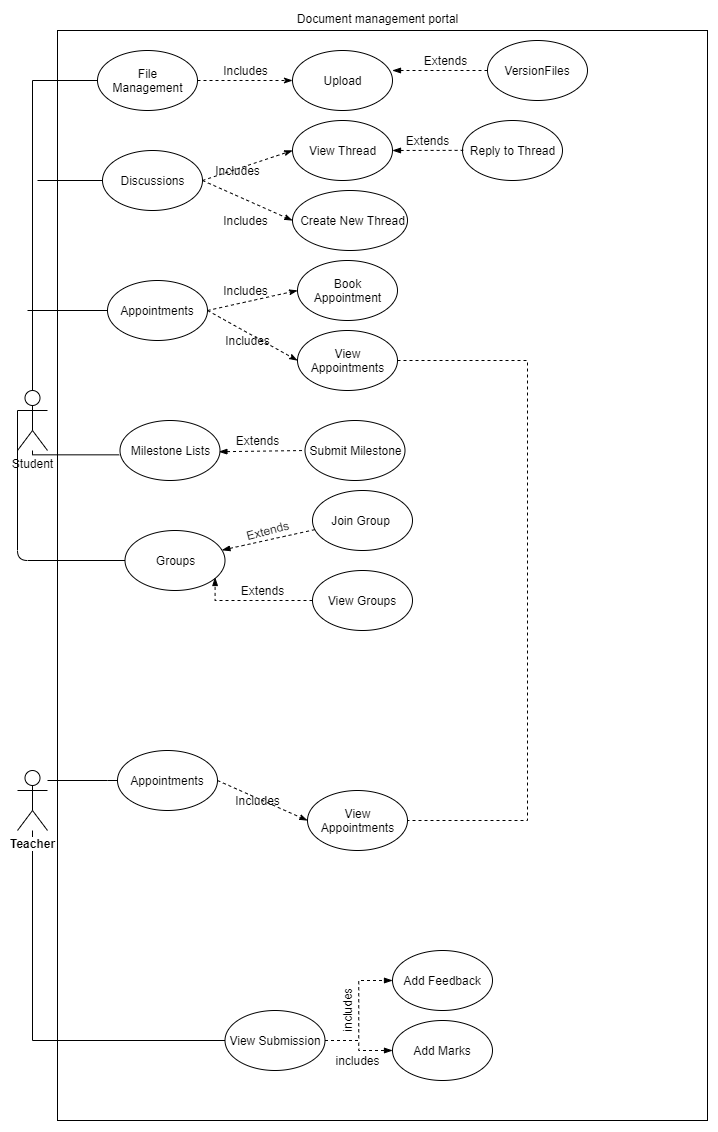
Above: Diagrams/Use Case Diagram.png in moosahassanx/SENG2050-Assignment3 (draw.io), before the change. Source tidied: cells renumbered, new cells last; positions are measured from the earlier drawing's top-left corner, leaving out a move shared by most shapes. Its diagram source:
```xml
<mxGraphModel>
  <root>
    <mxCell id="0" />
    <mxCell id="1" parent="0" />
    <mxCell id="2" style="whiteSpace=wrap;html=1;" parent="1" vertex="1">
      <mxGeometry x="40" y="20" width="650" height="1090" as="geometry" />
    </mxCell>
    <mxCell id="3" style="edgeStyle=orthogonalEdgeStyle;rounded=0;jettySize=auto;html=1;startArrow=none;startFill=0;endArrow=none;endFill=0;" parent="1" edge="1" source="5" target="10">
      <mxGeometry relative="1" as="geometry">
        <Array as="points">
          <mxPoint x="15" y="70" />
          <mxPoint x="130" y="70" />
        </Array>
      </mxGeometry>
    </mxCell>
    <mxCell id="4" style="edgeStyle=orthogonalEdgeStyle;rounded=0;jettySize=auto;html=1;entryX=-0.008;entryY=0.717;entryDx=0;entryDy=0;entryPerimeter=0;startArrow=none;startFill=0;endArrow=none;endFill=0;" parent="1" edge="1" source="5" target="12">
      <mxGeometry relative="1" as="geometry">
        <Array as="points">
          <mxPoint x="15" y="444" />
        </Array>
      </mxGeometry>
    </mxCell>
    <mxCell id="5" value="Student" style="shape=umlActor;verticalLabelPosition=bottom;labelBackgroundColor=#ffffff;verticalAlign=top;html=1;outlineConnect=0;" parent="1" vertex="1">
      <mxGeometry y="380" width="30" height="60" as="geometry" />
    </mxCell>
    <mxCell id="6" style="edgeStyle=orthogonalEdgeStyle;rounded=0;jettySize=auto;html=1;entryX=0;entryY=0.5;entryDx=0;entryDy=0;startArrow=none;startFill=0;endArrow=none;endFill=0;" parent="1" edge="1" source="8" target="13">
      <mxGeometry relative="1" as="geometry">
        <Array as="points">
          <mxPoint x="90" y="770" />
          <mxPoint x="90" y="770" />
        </Array>
      </mxGeometry>
    </mxCell>
    <mxCell id="7" style="edgeStyle=orthogonalEdgeStyle;rounded=0;jettySize=auto;html=1;endArrow=none;endFill=0;" parent="1" edge="1" source="8" target="62">
      <mxGeometry relative="1" as="geometry">
        <Array as="points">
          <mxPoint x="15" y="1030" />
        </Array>
      </mxGeometry>
    </mxCell>
    <mxCell id="8" value="Teacher" style="shape=umlActor;verticalLabelPosition=bottom;labelBackgroundColor=#ffffff;verticalAlign=top;html=1;outlineConnect=0;fontStyle=1;" parent="1" vertex="1">
      <mxGeometry y="760" width="30" height="60" as="geometry" />
    </mxCell>
    <mxCell id="9" style="ellipse;whiteSpace=wrap;html=1;" parent="1" vertex="1">
      <mxGeometry x="80" y="40" width="100" height="60" as="geometry" />
    </mxCell>
    <mxCell id="10" value="&lt;div&gt;File&lt;/div&gt;&lt;div&gt;Management&lt;br&gt;&lt;/div&gt;" style="text;html=1;align=center;verticalAlign=middle;points=[];" parent="1" vertex="1">
      <mxGeometry x="85" y="55" width="90" height="30" as="geometry" />
    </mxCell>
    <mxCell id="11" style="ellipse;whiteSpace=wrap;html=1;" parent="1" vertex="1">
      <mxGeometry x="102.5" y="410" width="100" height="60" as="geometry" />
    </mxCell>
    <mxCell id="12" value="Milestone Lists" style="text;html=1;align=center;verticalAlign=middle;points=[];" parent="1" vertex="1">
      <mxGeometry x="102.5" y="430" width="100" height="20" as="geometry" />
    </mxCell>
    <mxCell id="13" value="Appointments" style="ellipse;whiteSpace=wrap;html=1;" parent="1" vertex="1">
      <mxGeometry x="100" y="740" width="100" height="60" as="geometry" />
    </mxCell>
    <mxCell id="14" value="Includes" style="text;html=1;align=center;verticalAlign=middle;rotation=0;" parent="1" vertex="1">
      <mxGeometry x="197.5" y="50" width="60" height="20" as="geometry" />
    </mxCell>
    <mxCell id="15" style="edgeStyle=orthogonalEdgeStyle;rounded=0;jettySize=auto;html=1;endArrow=none;endFill=0;" parent="1" edge="1" source="16">
      <mxGeometry relative="1" as="geometry">
        <mxPoint x="10" y="300" as="targetPoint" />
      </mxGeometry>
    </mxCell>
    <mxCell id="16" value="Appointments" style="ellipse;whiteSpace=wrap;html=1;" parent="1" vertex="1">
      <mxGeometry x="90" y="270" width="100" height="60" as="geometry" />
    </mxCell>
    <mxCell id="17" style="edgeStyle=orthogonalEdgeStyle;rounded=0;jettySize=auto;html=1;endArrow=none;endFill=0;" parent="1" edge="1" source="18">
      <mxGeometry relative="1" as="geometry">
        <mxPoint x="20" y="170" as="targetPoint" />
      </mxGeometry>
    </mxCell>
    <mxCell id="18" style="ellipse;whiteSpace=wrap;html=1;" parent="1" vertex="1">
      <mxGeometry x="85" y="140" width="100" height="60" as="geometry" />
    </mxCell>
    <mxCell id="19" value="Discussions" style="text;html=1;align=center;verticalAlign=middle;" parent="1" vertex="1">
      <mxGeometry x="90" y="160" width="90" height="20" as="geometry" />
    </mxCell>
    <mxCell id="20" value="&lt;div&gt;Document management portal&lt;/div&gt;&lt;div&gt;&lt;br&gt;&lt;/div&gt;" style="text;html=1;align=center;verticalAlign=middle;" parent="1" vertex="1">
      <mxGeometry x="270" width="180" height="30" as="geometry" />
    </mxCell>
    <mxCell id="21" style="endArrow=classicThin;html=1;dashed=1;startArrow=none;startFill=0;endFill=1;exitX=1;exitY=0.5;exitDx=0;exitDy=0;entryX=0;entryY=0.5;entryDx=0;entryDy=0;" parent="1" edge="1" source="9" target="22">
      <mxGeometry relative="1" as="geometry" />
    </mxCell>
    <mxCell id="22" style="ellipse;whiteSpace=wrap;html=1;" parent="1" vertex="1">
      <mxGeometry x="275" y="40" width="100" height="60" as="geometry" />
    </mxCell>
    <mxCell id="23" value="Upload" style="text;html=1;align=center;verticalAlign=middle;" parent="1" vertex="1">
      <mxGeometry x="295" y="60" width="60" height="20" as="geometry" />
    </mxCell>
    <mxCell id="24" style="edgeStyle=orthogonalEdgeStyle;rounded=0;jettySize=auto;html=1;entryX=1;entryY=0.5;entryDx=0;entryDy=0;endArrow=none;endFill=0;dashed=1;" parent="1" edge="1" source="25" target="55">
      <mxGeometry relative="1" as="geometry">
        <Array as="points">
          <mxPoint x="510" y="350" />
          <mxPoint x="510" y="810" />
        </Array>
      </mxGeometry>
    </mxCell>
    <mxCell id="25" style="ellipse;whiteSpace=wrap;html=1;" parent="1" vertex="1">
      <mxGeometry x="280" y="320" width="100" height="60" as="geometry" />
    </mxCell>
    <mxCell id="26" value="View&lt;br&gt;Appointments&lt;span style=&quot;color: rgba(0 , 0 , 0 , 0) ; font-family: monospace ; font-size: 0px&quot;&gt;%3CmxGraphModel%3E%3Croot%3E%3CmxCell%20id%3D%220%22%2F%3E%3CmxCell%20id%3D%221%22%20parent%3D%220%22%2F%3E%3CmxCell%20id%3D%222%22%20value%3D%22Includes%22%20style%3D%22text%3Bhtml%3D1%3Balign%3Dcenter%3BverticalAlign%3Dmiddle%3Bresizable%3D0%3Bpoints%3D%5B%5D%3Bautosize%3D1%3Brotation%3D0%3B%22%20vertex%3D%221%22%20parent%3D%221%22%3E%3CmxGeometry%20x%3D%22235%22%20y%3D%22240%22%20width%3D%2260%22%20height%3D%2220%22%20as%3D%22geometry%22%2F%3E%3C%2FmxCell%3E%3CmxCell%20id%3D%223%22%20value%3D%22%22%20style%3D%22endArrow%3DclassicThin%3Bhtml%3D1%3Bdashed%3D1%3BstartArrow%3Dnone%3BstartFill%3D0%3BendFill%3D1%3BexitX%3D1%3BexitY%3D0.5%3BexitDx%3D0%3BexitDy%3D0%3BentryX%3D0%3BentryY%3D0.5%3BentryDx%3D0%3BentryDy%3D0%3B%22%20edge%3D%221%22%20parent%3D%221%22%3E%3CmxGeometry%20width%3D%2250%22%20height%3D%2250%22%20relative%3D%221%22%20as%3D%22geometry%22%3E%3CmxPoint%20x%3D%22220%22%20y%3D%22230%22%20as%3D%22sourcePoint%22%2F%3E%3CmxPoint%20x%3D%22314.999999999995%22%20y%3D%22230%22%20as%3D%22targetPoint%22%2F%3E%3C%2FmxGeometry%3E%3C%2FmxCell%3E%3C%2Froot%3E%3C%2FmxGraphModel%3E&lt;/span&gt;" style="text;html=1;align=center;verticalAlign=middle;" parent="1" vertex="1">
      <mxGeometry x="285" y="330" width="90" height="40" as="geometry" />
    </mxCell>
    <mxCell id="27" style="ellipse;whiteSpace=wrap;html=1;" parent="1" vertex="1">
      <mxGeometry x="275" y="180" width="115" height="60" as="geometry" />
    </mxCell>
    <mxCell id="28" value="Create New Thread" style="text;html=1;align=center;verticalAlign=middle;" parent="1" vertex="1">
      <mxGeometry x="275" y="200" width="120" height="20" as="geometry" />
    </mxCell>
    <mxCell id="29" style="ellipse;whiteSpace=wrap;html=1;" parent="1" vertex="1">
      <mxGeometry x="275" y="110" width="100" height="60" as="geometry" />
    </mxCell>
    <mxCell id="30" value="View Thread" style="text;html=1;align=center;verticalAlign=middle;" parent="1" vertex="1">
      <mxGeometry x="285" y="130" width="80" height="20" as="geometry" />
    </mxCell>
    <mxCell id="31" style="ellipse;whiteSpace=wrap;html=1;" parent="1" vertex="1">
      <mxGeometry x="445" y="110" width="100" height="60" as="geometry" />
    </mxCell>
    <mxCell id="32" value="Reply to Thread" style="text;html=1;align=center;verticalAlign=middle;points=[];" parent="1" vertex="1">
      <mxGeometry x="445" y="130" width="100" height="20" as="geometry" />
    </mxCell>
    <mxCell id="33" value="Includes" style="text;html=1;align=center;verticalAlign=middle;rotation=0;" parent="1" vertex="1">
      <mxGeometry x="190" y="150" width="60" height="20" as="geometry" />
    </mxCell>
    <mxCell id="34" style="endArrow=classicThin;html=1;dashed=1;startArrow=none;startFill=0;endFill=1;exitX=1;exitY=0.5;exitDx=0;exitDy=0;entryX=0;entryY=0.5;entryDx=0;entryDy=0;" parent="1" edge="1" source="18" target="29">
      <mxGeometry relative="1" as="geometry" />
    </mxCell>
    <mxCell id="35" value="Extends" style="text;html=1;align=center;verticalAlign=middle;rotation=0;" parent="1" vertex="1">
      <mxGeometry x="380" y="120" width="60" height="20" as="geometry" />
    </mxCell>
    <mxCell id="36" style="endArrow=none;html=1;dashed=1;startArrow=blockThin;startFill=1;endFill=0;exitX=1;exitY=0.5;exitDx=0;exitDy=0;entryX=0.008;entryY=0.493;entryDx=0;entryDy=0;entryPerimeter=0;" parent="1" edge="1" source="29" target="32">
      <mxGeometry relative="1" as="geometry" />
    </mxCell>
    <mxCell id="37" value="Includes" style="text;html=1;align=center;verticalAlign=middle;rotation=0;" parent="1" vertex="1">
      <mxGeometry x="197.5" y="200" width="60" height="20" as="geometry" />
    </mxCell>
    <mxCell id="38" style="endArrow=classicThin;html=1;dashed=1;startArrow=none;startFill=0;endFill=1;exitX=1;exitY=0.5;exitDx=0;exitDy=0;entryX=0;entryY=0.5;entryDx=0;entryDy=0;" parent="1" edge="1" source="18" target="27">
      <mxGeometry relative="1" as="geometry" />
    </mxCell>
    <mxCell id="39" style="ellipse;whiteSpace=wrap;html=1;" parent="1" vertex="1">
      <mxGeometry x="280" y="250" width="100" height="60" as="geometry" />
    </mxCell>
    <mxCell id="40" value="Book&lt;br&gt;Appointment" style="text;html=1;align=center;verticalAlign=middle;" parent="1" vertex="1">
      <mxGeometry x="290" y="265" width="80" height="30" as="geometry" />
    </mxCell>
    <mxCell id="41" value="Includes" style="text;html=1;align=center;verticalAlign=middle;rotation=0;" parent="1" vertex="1">
      <mxGeometry x="197.5" y="270" width="60" height="20" as="geometry" />
    </mxCell>
    <mxCell id="42" style="endArrow=classicThin;html=1;dashed=1;startArrow=none;startFill=0;endFill=1;exitX=1;exitY=0.5;exitDx=0;exitDy=0;entryX=0;entryY=0.5;entryDx=0;entryDy=0;" parent="1" edge="1" source="16" target="39">
      <mxGeometry relative="1" as="geometry" />
    </mxCell>
    <mxCell id="43" value="Includes" style="text;html=1;align=center;verticalAlign=middle;rotation=0;" parent="1" vertex="1">
      <mxGeometry x="200" y="320" width="60" height="20" as="geometry" />
    </mxCell>
    <mxCell id="44" style="endArrow=classicThin;html=1;dashed=1;startArrow=none;startFill=0;endFill=1;exitX=1;exitY=0.5;exitDx=0;exitDy=0;entryX=0;entryY=0.5;entryDx=0;entryDy=0;" parent="1" edge="1" source="16" target="25">
      <mxGeometry relative="1" as="geometry" />
    </mxCell>
    <mxCell id="45" style="ellipse;whiteSpace=wrap;html=1;" parent="1" vertex="1">
      <mxGeometry x="287.5" y="410" width="100" height="60" as="geometry" />
    </mxCell>
    <mxCell id="46" value="Submit Milestone" style="text;html=1;align=center;verticalAlign=middle;" parent="1" vertex="1">
      <mxGeometry x="282.5" y="430" width="110" height="20" as="geometry" />
    </mxCell>
    <mxCell id="47" value="Extends" style="text;html=1;align=center;verticalAlign=middle;rotation=0;" parent="1" vertex="1">
      <mxGeometry x="210" y="420" width="60" height="20" as="geometry" />
    </mxCell>
    <mxCell id="48" style="endArrow=none;html=1;dashed=1;startArrow=blockThin;startFill=1;endFill=0;exitX=0.989;exitY=0.562;exitDx=0;exitDy=0;entryX=0;entryY=0.5;entryDx=0;entryDy=0;exitPerimeter=0;" parent="1" edge="1" source="12" target="45">
      <mxGeometry relative="1" as="geometry" />
    </mxCell>
    <mxCell id="49" style="ellipse;whiteSpace=wrap;html=1;" parent="1" vertex="1">
      <mxGeometry x="107.5" y="520" width="100" height="60" as="geometry" />
    </mxCell>
    <mxCell id="50" value="Groups" style="text;html=1;align=center;verticalAlign=middle;" parent="1" vertex="1">
      <mxGeometry x="127.5" y="540" width="60" height="20" as="geometry" />
    </mxCell>
    <mxCell id="51" style="ellipse;whiteSpace=wrap;html=1;" parent="1" vertex="1">
      <mxGeometry x="295" y="480" width="100" height="60" as="geometry" />
    </mxCell>
    <mxCell id="52" style="endArrow=none;html=1;entryX=0.03;entryY=0.65;entryDx=0;entryDy=0;entryPerimeter=0;dashed=1;startArrow=blockThin;startFill=1;endFill=0;" parent="1" edge="1" source="49" target="51">
      <mxGeometry relative="1" as="geometry" />
    </mxCell>
    <mxCell id="53" value="Extends" style="text;html=1;align=center;verticalAlign=middle;rotation=-15;" parent="1" vertex="1">
      <mxGeometry x="220" y="510" width="60" height="20" as="geometry" />
    </mxCell>
    <mxCell id="54" value="Join Group" style="text;html=1;align=center;verticalAlign=middle;" parent="1" vertex="1">
      <mxGeometry x="302.5" y="500" width="80" height="20" as="geometry" />
    </mxCell>
    <mxCell id="55" style="ellipse;whiteSpace=wrap;html=1;" parent="1" vertex="1">
      <mxGeometry x="290" y="780" width="100" height="60" as="geometry" />
    </mxCell>
    <mxCell id="56" value="View&lt;br&gt;Appointments&lt;span style=&quot;color: rgba(0 , 0 , 0 , 0) ; font-family: monospace ; font-size: 0px&quot;&gt;%3CmxGraphModel%3E%3Croot%3E%3CmxCell%20id%3D%220%22%2F%3E%3CmxCell%20id%3D%221%22%20parent%3D%220%22%2F%3E%3CmxCell%20id%3D%222%22%20value%3D%22Includes%22%20style%3D%22text%3Bhtml%3D1%3Balign%3Dcenter%3BverticalAlign%3Dmiddle%3Bresizable%3D0%3Bpoints%3D%5B%5D%3Bautosize%3D1%3Brotation%3D0%3B%22%20vertex%3D%221%22%20parent%3D%221%22%3E%3CmxGeometry%20x%3D%22235%22%20y%3D%22240%22%20width%3D%2260%22%20height%3D%2220%22%20as%3D%22geometry%22%2F%3E%3C%2FmxCell%3E%3CmxCell%20id%3D%223%22%20value%3D%22%22%20style%3D%22endArrow%3DclassicThin%3Bhtml%3D1%3Bdashed%3D1%3BstartArrow%3Dnone%3BstartFill%3D0%3BendFill%3D1%3BexitX%3D1%3BexitY%3D0.5%3BexitDx%3D0%3BexitDy%3D0%3BentryX%3D0%3BentryY%3D0.5%3BentryDx%3D0%3BentryDy%3D0%3B%22%20edge%3D%221%22%20parent%3D%221%22%3E%3CmxGeometry%20width%3D%2250%22%20height%3D%2250%22%20relative%3D%221%22%20as%3D%22geometry%22%3E%3CmxPoint%20x%3D%22220%22%20y%3D%22230%22%20as%3D%22sourcePoint%22%2F%3E%3CmxPoint%20x%3D%22314.999999999995%22%20y%3D%22230%22%20as%3D%22targetPoint%22%2F%3E%3C%2FmxGeometry%3E%3C%2FmxCell%3E%3C%2Froot%3E%3C%2FmxGraphModel%3E&lt;/span&gt;" style="text;html=1;align=center;verticalAlign=middle;" parent="1" vertex="1">
      <mxGeometry x="295" y="790" width="90" height="40" as="geometry" />
    </mxCell>
    <mxCell id="57" value="Includes" style="text;html=1;align=center;verticalAlign=middle;rotation=0;" parent="1" vertex="1">
      <mxGeometry x="210" y="780" width="60" height="20" as="geometry" />
    </mxCell>
    <mxCell id="58" style="endArrow=classicThin;html=1;dashed=1;startArrow=none;startFill=0;endFill=1;exitX=1;exitY=0.5;exitDx=0;exitDy=0;entryX=0;entryY=0.5;entryDx=0;entryDy=0;" parent="1" edge="1" source="13" target="55">
      <mxGeometry relative="1" as="geometry" />
    </mxCell>
    <mxCell id="59" style="endArrow=none;html=1;entryX=0;entryY=0.3333333333333333;entryDx=0;entryDy=0;entryPerimeter=0;exitX=0;exitY=0.5;exitDx=0;exitDy=0;" parent="1" edge="1" source="49" target="5">
      <mxGeometry relative="1" as="geometry">
        <Array as="points">
          <mxPoint y="550" />
        </Array>
      </mxGeometry>
    </mxCell>
    <mxCell id="60" style="edgeStyle=orthogonalEdgeStyle;rounded=0;jettySize=auto;html=1;endArrow=blockThin;endFill=1;dashed=1;" parent="1" edge="1" source="62" target="63">
      <mxGeometry relative="1" as="geometry" />
    </mxCell>
    <mxCell id="61" style="edgeStyle=orthogonalEdgeStyle;rounded=0;jettySize=auto;html=1;dashed=1;endArrow=blockThin;endFill=1;" parent="1" edge="1" source="62" target="64">
      <mxGeometry relative="1" as="geometry" />
    </mxCell>
    <mxCell id="62" value="View Submission" style="ellipse;whiteSpace=wrap;html=1;" parent="1" vertex="1">
      <mxGeometry x="207.5" y="1000" width="100" height="60" as="geometry" />
    </mxCell>
    <mxCell id="63" value="Add Feedback" style="ellipse;whiteSpace=wrap;html=1;" parent="1" vertex="1">
      <mxGeometry x="375" y="940" width="100" height="60" as="geometry" />
    </mxCell>
    <mxCell id="64" value="Add Marks" style="ellipse;whiteSpace=wrap;html=1;" parent="1" vertex="1">
      <mxGeometry x="375" y="1010" width="100" height="60" as="geometry" />
    </mxCell>
    <mxCell id="65" value="includes" style="text;html=1;align=center;verticalAlign=middle;" parent="1" vertex="1">
      <mxGeometry x="310" y="1040" width="60" height="20" as="geometry" />
    </mxCell>
    <mxCell id="66" value="includes" style="text;html=1;align=center;verticalAlign=middle;rotation=-90;" parent="1" vertex="1">
      <mxGeometry x="300" y="990" width="60" height="20" as="geometry" />
    </mxCell>
    <mxCell id="67" style="edgeStyle=orthogonalEdgeStyle;rounded=0;jettySize=auto;html=1;dashed=1;endArrow=blockThin;endFill=1;" parent="1" edge="1" source="68">
      <mxGeometry relative="1" as="geometry">
        <mxPoint x="375" y="60" as="targetPoint" />
        <Array as="points">
          <mxPoint x="375" y="60" />
        </Array>
      </mxGeometry>
    </mxCell>
    <mxCell id="68" value="VersionFiles" style="ellipse;whiteSpace=wrap;html=1;" parent="1" vertex="1">
      <mxGeometry x="470" y="30" width="100" height="60" as="geometry" />
    </mxCell>
    <mxCell id="69" value="Extends" style="text;html=1;align=center;verticalAlign=middle;" parent="1" vertex="1">
      <mxGeometry x="397.5" y="40" width="60" height="20" as="geometry" />
    </mxCell>
    <mxCell id="70" style="edgeStyle=orthogonalEdgeStyle;rounded=0;jettySize=auto;html=1;entryX=0.901;entryY=0.783;entryDx=0;entryDy=0;entryPerimeter=0;dashed=1;startArrow=none;startFill=0;endArrow=blockThin;endFill=1;" parent="1" edge="1" source="71" target="49">
      <mxGeometry relative="1" as="geometry">
        <Array as="points">
          <mxPoint x="198" y="590" />
        </Array>
      </mxGeometry>
    </mxCell>
    <mxCell id="71" value="View Groups" style="ellipse;whiteSpace=wrap;html=1;" parent="1" vertex="1">
      <mxGeometry x="295" y="560" width="100" height="60" as="geometry" />
    </mxCell>
    <mxCell id="72" value="Extends" style="text;html=1;align=center;verticalAlign=middle;rotation=0;" parent="1" vertex="1">
      <mxGeometry x="215" y="570" width="60" height="20" as="geometry" />
    </mxCell>
  </root>
</mxGraphModel>
```
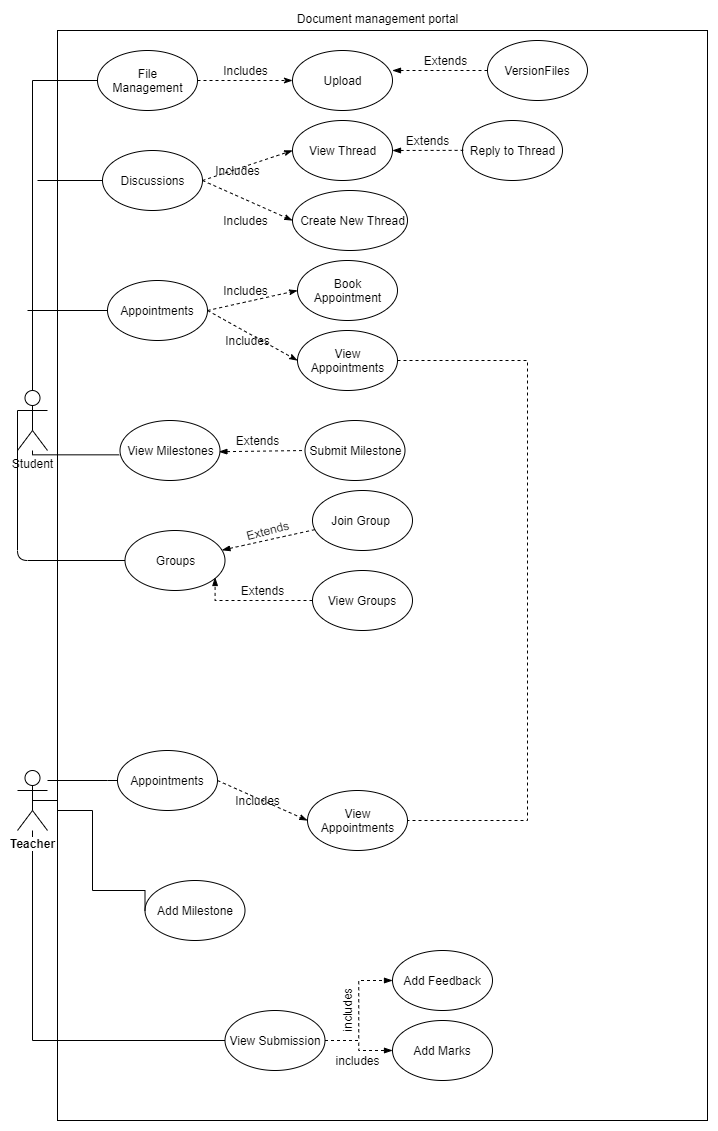
Above is the later version.

What changed in the source:
```diff
@@ -50,7 +50,7 @@
     <mxCell id="11" style="ellipse;whiteSpace=wrap;html=1;" parent="1" vertex="1">
       <mxGeometry x="102.5" y="410" width="100" height="60" as="geometry" />
     </mxCell>
-    <mxCell id="12" value="Milestone Lists" style="text;html=1;align=center;verticalAlign=middle;points=[];" parent="1" vertex="1">
+    <mxCell id="12" value="View Milestones" style="text;html=1;align=center;verticalAlign=middle;points=[];" parent="1" vertex="1">
       <mxGeometry x="102.5" y="430" width="100" height="20" as="geometry" />
     </mxCell>
     <mxCell id="13" value="Appointments" style="ellipse;whiteSpace=wrap;html=1;" parent="1" vertex="1">
@@ -255,5 +255,19 @@
     <mxCell id="72" value="Extends" style="text;html=1;align=center;verticalAlign=middle;rotation=0;" parent="1" vertex="1">
       <mxGeometry x="215" y="570" width="60" height="20" as="geometry" />
     </mxCell>
+    <mxCell id="73" value="Add Milestone" style="ellipse;whiteSpace=wrap;html=1;" parent="1" vertex="1">
+      <mxGeometry x="127.5" y="870" width="100" height="60" as="geometry" />
+    </mxCell>
+    <mxCell id="74" style="edgeStyle=orthogonalEdgeStyle;rounded=0;jettySize=auto;html=1;entryX=0;entryY=0.5;entryDx=0;entryDy=0;startArrow=none;startFill=0;endArrow=none;endFill=0;exitX=0.5;exitY=0.5;exitDx=0;exitDy=0;exitPerimeter=0;" parent="1" edge="1" source="8" target="73">
+      <mxGeometry relative="1" as="geometry">
+        <Array as="points">
+          <mxPoint x="40" y="790" />
+          <mxPoint x="40" y="800" />
+          <mxPoint x="75" y="800" />
+          <mxPoint x="75" y="880" />
+          <mxPoint x="128" y="880" />
+        </Array>
+      </mxGeometry>
+    </mxCell>
   </root>
 </mxGraphModel>
```
